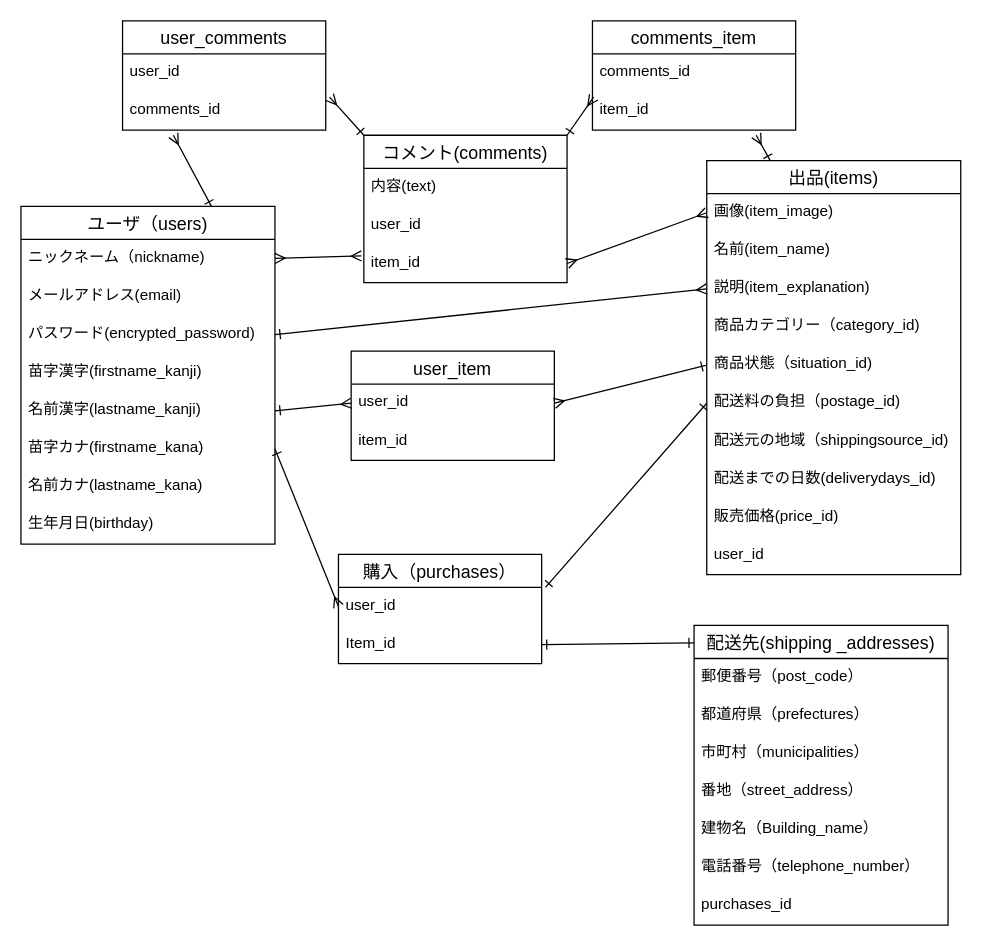
masaki-yosida/furima-40042 keeps this draw.io diagram as ER.dio. Above is the earlier version. Source tidied: cells renumbered, new cells numbered last; positions are measured from the earlier drawing's top-left corner, leaving out a move shared by most shapes. Both pictures are drawn from the tidied source at 127%, with x=0, y=0 at pixel (20, 20).
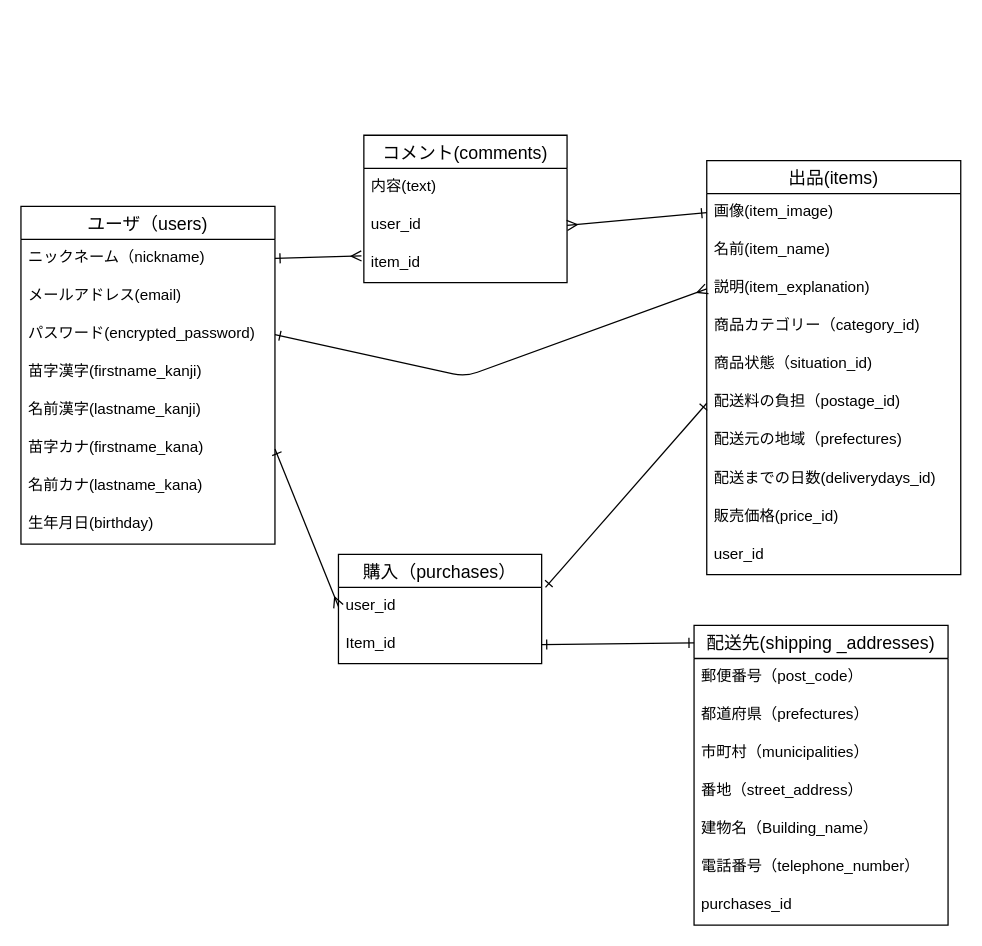
The same diagram, later.

Unchanged cells that the change refers to:
```xml
<mxCell id="3" value="ユーザ（users)" style="swimlane;fontStyle=0;horizontal=1;startSize=26;align=center;fontSize=14;" parent="1" vertex="1">
  <mxGeometry y="146" width="200" height="266" as="geometry" />
</mxCell>
<mxCell id="4" value="ニックネーム（nickname)" style="text;strokeColor=none;fillColor=none;spacingLeft=4;spacingRight=4;overflow=hidden;points=[[0,0.5],[1,0.5]];portConstraint=eastwest;fontSize=12;" parent="3" vertex="1">
  <mxGeometry y="26" width="200" height="30" as="geometry" />
</mxCell>
<mxCell id="6" value="パスワード(encrypted_password)" style="text;strokeColor=none;fillColor=none;spacingLeft=4;spacingRight=4;overflow=hidden;points=[[0,0.5],[1,0.5]];portConstraint=eastwest;fontSize=12;" parent="3" vertex="1">
  <mxGeometry y="86" width="200" height="30" as="geometry" />
</mxCell>
<mxCell id="8" value="名前漢字(lastname_kanji)" style="text;strokeColor=none;fillColor=none;spacingLeft=4;spacingRight=4;overflow=hidden;points=[[0,0.5],[1,0.5]];portConstraint=eastwest;fontSize=12;" parent="3" vertex="1">
  <mxGeometry y="146" width="200" height="30" as="geometry" />
</mxCell>
<mxCell id="14" value="コメント(comments)" style="swimlane;fontStyle=0;horizontal=1;startSize=26;align=center;fontSize=14;" parent="1" vertex="1">
  <mxGeometry x="270" y="90" width="160" height="116" as="geometry" />
</mxCell>
<mxCell id="16" value="user_id" style="text;strokeColor=none;fillColor=none;spacingLeft=4;spacingRight=4;overflow=hidden;points=[[0,0.5],[1,0.5]];portConstraint=eastwest;fontSize=12;" parent="14" vertex="1">
  <mxGeometry y="56" width="160" height="30" as="geometry" />
</mxCell>
<mxCell id="17" value="item_id" style="text;strokeColor=none;fillColor=none;spacingLeft=4;spacingRight=4;overflow=hidden;points=[[0,0.5],[1,0.5]];portConstraint=eastwest;fontSize=12;" parent="14" vertex="1">
  <mxGeometry y="86" width="160" height="30" as="geometry" />
</mxCell>
<mxCell id="19" value="出品(items)" style="swimlane;fontStyle=0;horizontal=1;startSize=26;align=center;fontSize=14;" parent="1" vertex="1">
  <mxGeometry x="540" y="110" width="200" height="326" as="geometry" />
</mxCell>
<mxCell id="20" value="画像(item_image)&#10;" style="text;strokeColor=none;fillColor=none;spacingLeft=4;spacingRight=4;overflow=hidden;points=[[0,0.5],[1,0.5]];portConstraint=eastwest;fontSize=12;" parent="19" vertex="1">
  <mxGeometry y="26" width="200" height="30" as="geometry" />
</mxCell>
<mxCell id="22" value="説明(item_explanation)" style="text;strokeColor=none;fillColor=none;spacingLeft=4;spacingRight=4;overflow=hidden;points=[[0,0.5],[1,0.5]];portConstraint=eastwest;fontSize=12;" parent="19" vertex="1">
  <mxGeometry y="86" width="200" height="30" as="geometry" />
</mxCell>
<mxCell id="24" value="商品状態（situation_id)&#10;" style="text;strokeColor=none;fillColor=none;spacingLeft=4;spacingRight=4;overflow=hidden;points=[[0,0.5],[1,0.5]];portConstraint=eastwest;fontSize=12;" parent="19" vertex="1">
  <mxGeometry y="146" width="200" height="30" as="geometry" />
</mxCell>
```

Diff of the diagram source:
```diff
@@
-    <mxCell id="2" style="edgeStyle=none;html=1;exitX=0.75;exitY=0;exitDx=0;exitDy=0;entryX=0.25;entryY=1.133;entryDx=0;entryDy=0;entryPerimeter=0;startArrow=ERone;startFill=0;endArrow=ERmany;endFill=0;" parent="1" edge="1" source="3" target="49">
-      <mxGeometry relative="1" as="geometry" />
-    </mxCell>
@@
-    <mxCell id="12" style="edgeStyle=none;html=1;exitX=0;exitY=0;exitDx=0;exitDy=0;entryX=1.019;entryY=0.133;entryDx=0;entryDy=0;entryPerimeter=0;startArrow=ERone;startFill=0;endArrow=ERmany;endFill=0;" parent="1" edge="1" source="14" target="49">
-      <mxGeometry relative="1" as="geometry" />
-    </mxCell>
-    <mxCell id="13" style="edgeStyle=none;html=1;exitX=1;exitY=0;exitDx=0;exitDy=0;entryX=0.006;entryY=0.133;entryDx=0;entryDy=0;entryPerimeter=0;startArrow=ERone;startFill=0;endArrow=ERmany;endFill=0;" parent="1" edge="1" source="14" target="52">
-      <mxGeometry relative="1" as="geometry" />
-    </mxCell>
@@
-    <mxCell id="18" style="edgeStyle=none;html=1;exitX=0.25;exitY=0;exitDx=0;exitDy=0;entryX=0.806;entryY=1.133;entryDx=0;entryDy=0;entryPerimeter=0;startArrow=ERone;startFill=0;endArrow=ERmany;endFill=0;" parent="1" edge="1" source="19" target="52">
-      <mxGeometry relative="1" as="geometry" />
-    </mxCell>
@@
-    <mxCell id="26" value="配送元の地域（shippingsource_id)&#10;" style="text;strokeColor=none;fillColor=none;spacingLeft=4;spacingRight=4;overflow=hidden;fontSize=12;" parent="19" vertex="1">
+    <mxCell id="26" value="配送元の地域（prefectures)&#10;" style="text;strokeColor=none;fillColor=none;spacingLeft=4;spacingRight=4;overflow=hidden;fontSize=12;" parent="19" vertex="1">
       <mxGeometry y="206" width="200" height="30" as="geometry" />
     </mxCell>
@@
     <mxCell id="41" style="edgeStyle=none;html=1;exitX=1;exitY=0.5;exitDx=0;exitDy=0;entryX=0;entryY=0.5;entryDx=0;entryDy=0;endArrow=ERmany;endFill=0;startArrow=ERone;startFill=0;" parent="1" edge="1" source="6" target="22">
-      <mxGeometry relative="1" as="geometry" />
+      <mxGeometry relative="1" as="geometry">
+        <Array as="points">
+          <mxPoint x="350" y="280" />
+        </Array>
+      </mxGeometry>
     </mxCell>
-    <mxCell id="42" style="edgeStyle=none;html=1;exitX=0;exitY=0.5;exitDx=0;exitDy=0;entryX=1;entryY=0.5;entryDx=0;entryDy=0;startArrow=ERmany;startFill=0;endArrow=ERmany;endFill=0;" parent="1" edge="1" source="20" target="17">
+    <mxCell id="42" style="edgeStyle=none;html=1;exitX=0;exitY=0.5;exitDx=0;exitDy=0;entryX=1;entryY=0.5;entryDx=0;entryDy=0;startArrow=ERone;startFill=0;endArrow=ERmany;endFill=0;" parent="1" edge="1" source="20" target="16">
       <mxGeometry relative="1" as="geometry" />
     </mxCell>
-    <mxCell id="43" style="edgeStyle=none;html=1;exitX=1;exitY=0.5;exitDx=0;exitDy=0;entryX=-0.012;entryY=0.3;entryDx=0;entryDy=0;entryPerimeter=0;startArrow=ERmany;startFill=0;endArrow=ERmany;endFill=0;" parent="1" edge="1" source="4" target="17">
+    <mxCell id="43" style="edgeStyle=none;html=1;exitX=1;exitY=0.5;exitDx=0;exitDy=0;entryX=-0.012;entryY=0.3;entryDx=0;entryDy=0;entryPerimeter=0;startArrow=ERone;startFill=0;endArrow=ERmany;endFill=0;" parent="1" edge="1" source="4" target="17">
       <mxGeometry relative="1" as="geometry" />
     </mxCell>
@@
-    <mxCell id="47" value="user_comments" style="swimlane;fontStyle=0;horizontal=1;startSize=26;align=center;fontSize=14;" parent="1" vertex="1">
-      <mxGeometry x="80" width="160" height="86" as="geometry" />
-    </mxCell>
-    <mxCell id="48" value="user_id&#10;&#10;" style="text;strokeColor=none;fillColor=none;spacingLeft=4;spacingRight=4;overflow=hidden;fontSize=12;" parent="47" vertex="1">
-      <mxGeometry y="26" width="160" height="30" as="geometry" />
-    </mxCell>
-    <mxCell id="49" value="comments_id&#10;&#10;" style="text;strokeColor=none;fillColor=none;spacingLeft=4;spacingRight=4;overflow=hidden;points=[[0,0.5],[1,0.5]];portConstraint=eastwest;fontSize=12;" parent="47" vertex="1">
-      <mxGeometry y="56" width="160" height="30" as="geometry" />
-    </mxCell>
-    <mxCell id="50" value="comments_item" style="swimlane;fontStyle=0;horizontal=1;startSize=26;align=center;fontSize=14;" parent="1" vertex="1">
-      <mxGeometry x="450" width="160" height="86" as="geometry" />
-    </mxCell>
-    <mxCell id="51" value="comments_id&#10;&#10;" style="text;strokeColor=none;fillColor=none;spacingLeft=4;spacingRight=4;overflow=hidden;fontSize=12;" parent="50" vertex="1">
-      <mxGeometry y="26" width="160" height="30" as="geometry" />
-    </mxCell>
-    <mxCell id="52" value="item_id&#10;" style="text;strokeColor=none;fillColor=none;spacingLeft=4;spacingRight=4;overflow=hidden;points=[[0,0.5],[1,0.5]];portConstraint=eastwest;fontSize=12;" parent="50" vertex="1">
-      <mxGeometry y="56" width="160" height="30" as="geometry" />
-    </mxCell>
-    <mxCell id="53" value="user_item" style="swimlane;fontStyle=0;horizontal=1;startSize=26;align=center;fontSize=14;" parent="1" vertex="1">
-      <mxGeometry x="260" y="260" width="160" height="86" as="geometry" />
-    </mxCell>
-    <mxCell id="54" value="user_id&#10;" style="text;strokeColor=none;fillColor=none;spacingLeft=4;spacingRight=4;overflow=hidden;points=[[0,0.5],[1,0.5]];portConstraint=eastwest;fontSize=12;" parent="53" vertex="1">
-      <mxGeometry y="26" width="160" height="30" as="geometry" />
-    </mxCell>
-    <mxCell id="55" value="item_id&#10;" style="text;strokeColor=none;fillColor=none;spacingLeft=4;spacingRight=4;overflow=hidden;fontSize=12;" parent="53" vertex="1">
-      <mxGeometry y="56" width="160" height="30" as="geometry" />
-    </mxCell>
-    <mxCell id="56" style="edgeStyle=none;html=1;exitX=1;exitY=0.5;exitDx=0;exitDy=0;entryX=0;entryY=0.5;entryDx=0;entryDy=0;startArrow=ERone;startFill=0;endArrow=ERmany;endFill=0;" parent="1" edge="1" source="8" target="54">
-      <mxGeometry relative="1" as="geometry" />
-    </mxCell>
-    <mxCell id="57" style="edgeStyle=none;html=1;exitX=0;exitY=0.5;exitDx=0;exitDy=0;entryX=1;entryY=0.5;entryDx=0;entryDy=0;startArrow=ERone;startFill=0;endArrow=ERmany;endFill=0;" parent="1" edge="1" source="24" target="54">
-      <mxGeometry relative="1" as="geometry" />
-    </mxCell>
```
